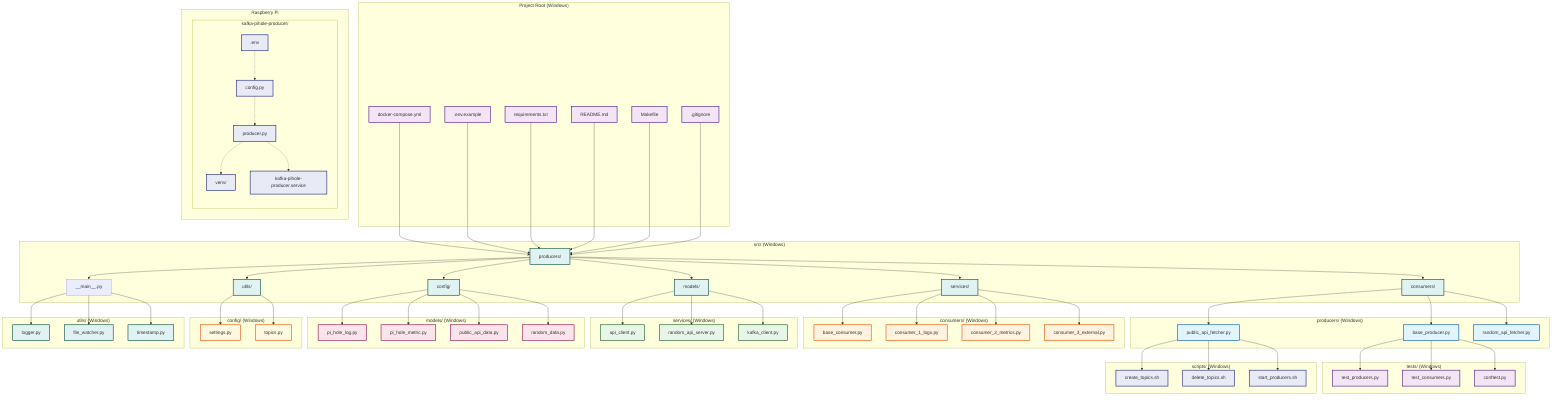
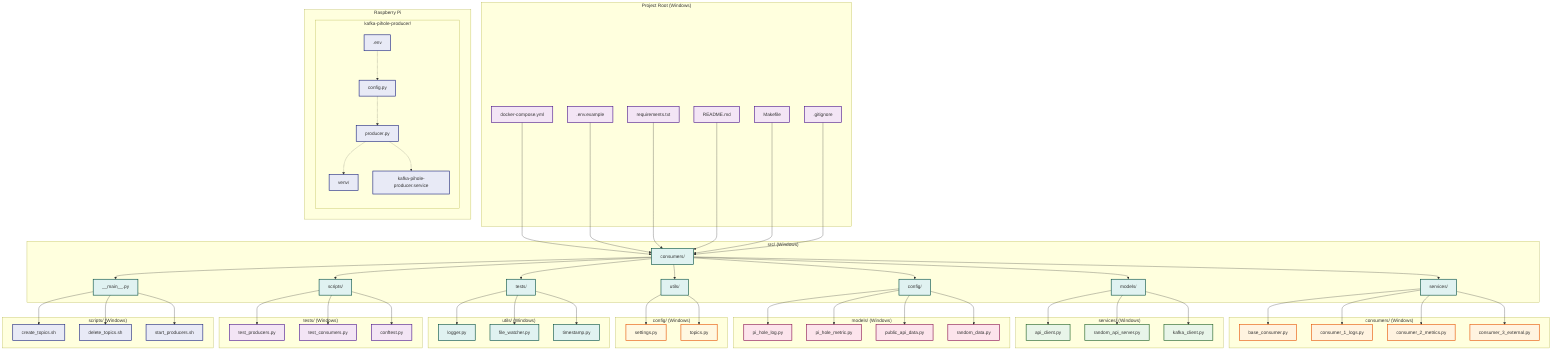
graph TD
    subgraph "Project Root (Windows)"
        A[docker-compose.yml]
        B[.env.example]
        C[requirements.txt]
        D[README.md]
        E[Makefile]
        F[.gitignore]
    end

    subgraph "Raspberry Pi"
        subgraph "kafka-pihole-producer/"
            RP1[.env]
            RP2[config.py]
            RP3[producer.py]
            RP4[venv/]
            RP5[kafka-pihole-producer.service]
        end
    end

    subgraph "src/ (Windows)"
-         G[producers/]
-         H[consumers/]
-         I[services/]
-         J[models/]
-         K[config/]
-         L[utils/]
-         M[__main__.py]
-     end
- 
-     subgraph "producers/ (Windows)"
-         N[base_producer.py]
-         O[public_api_fetcher.py]
-         P[random_api_fetcher.py]
+         G[consumers/]
+         H[services/]
+         I[models/]
+         J[config/]
+         K[utils/]
+         L[tests/]
+         M[scripts/]
+         N[__main__.py]
    end

    subgraph "consumers/ (Windows)"
-         Q[base_consumer.py]
-         R[consumer_1_logs.py]
-         S[consumer_2_metrics.py]
-         T[consumer_3_external.py]
+         O[base_consumer.py]
+         P[consumer_1_logs.py]
+         Q[consumer_2_metrics.py]
+         R[consumer_3_external.py]
    end

    subgraph "services/ (Windows)"
-         U[api_client.py]
-         V[random_api_server.py]
-         W[kafka_client.py]
+         S[api_client.py]
+         T[random_api_server.py]
+         U[kafka_client.py]
    end

    subgraph "models/ (Windows)"
-         X[pi_hole_log.py]
-         Y[pi_hole_metric.py]
-         Z[public_api_data.py]
-         AA[random_data.py]
+         V[pi_hole_log.py]
+         W[pi_hole_metric.py]
+         X[public_api_data.py]
+         Y[random_data.py]
    end

    subgraph "config/ (Windows)"
-         AB[settings.py]
-         AC[topics.py]
+         Z[settings.py]
+         AA[topics.py]
    end

    subgraph "utils/ (Windows)"
-         AD[logger.py]
-         AE[file_watcher.py]
-         AF[timestamp.py]
+         AB[logger.py]
+         AC[file_watcher.py]
+         AD[timestamp.py]
    end

    subgraph "tests/ (Windows)"
-         AG[test_producers.py]
-         AH[test_consumers.py]
-         AI[conftest.py]
+         AE[test_producers.py]
+         AF[test_consumers.py]
+         AG[conftest.py]
    end

    subgraph "scripts/ (Windows)"
-         AJ[create_topics.sh]
-         AK[delete_topics.sh]
-         AL[start_producers.sh]
+         AH[create_topics.sh]
+         AI[delete_topics.sh]
+         AJ[start_producers.sh]
    end

    %% Connections
    A --> G
    B --> G
    C --> G
    D --> G
    E --> G
    F --> G

    G --> H
    G --> I
    G --> J
    G --> K
    G --> L
    G --> M
+     G --> N

-     H --> N
    H --> O
    H --> P
+     H --> Q
+     H --> R

-     I --> Q
-     I --> R
    I --> S
    I --> T
+     I --> U

-     J --> U
    J --> V
    J --> W
+     J --> X
+     J --> Y

-     K --> X
-     K --> Y
    K --> Z
    K --> AA

    L --> AB
    L --> AC
+     L --> AD

-     M --> AD
    M --> AE
    M --> AF
+     M --> AG

-     N --> AG
    N --> AH
    N --> AI
- 
-     O --> AJ
-     O --> AK
-     O --> AL
+     N --> AJ

    %% Raspberry Pi relationship
    RP1 -.-> RP2
    RP2 -.-> RP3
    RP3 -.-> RP4
    RP3 -.-> RP5

    %% Styles
    classDef root fill:#f3e5f5,stroke:#4a148c,stroke-width:2px
    classDef rpi fill:#e8eaf6,stroke:#1a237e,stroke-width:2px
    classDef src fill:#e0f2f1,stroke:#004d40,stroke-width:2px
-     classDef producers fill:#e1f5fe,stroke:#01579b,stroke-width:2px
    classDef consumers fill:#fff3e0,stroke:#e65100,stroke-width:2px
    classDef services fill:#e8f5e9,stroke:#1b5e20,stroke-width:2px
    classDef models fill:#fce4ec,stroke:#880e4f,stroke-width:2px
    classDef config fill:#fff8e1,stroke:#e65100,stroke-width:2px
    classDef utils fill:#e0f2f1,stroke:#004d40,stroke-width:2px
    classDef tests fill:#f3e5f5,stroke:#4a148c,stroke-width:2px
    classDef scripts fill:#e8eaf6,stroke:#1a237e,stroke-width:2px

    class A,B,C,D,E,F root
    class RP1,RP2,RP3,RP4,RP5 rpi
-     class G,H,I,J,K,L src
-     class N,O,P producers
-     class Q,R,S,T consumers
-     class U,V,W services
-     class X,Y,Z,AA models
-     class AB,AC config
-     class AD,AE,AF utils
-     class AG,AH,AI tests
-     class AJ,AK,AL scripts+     class G,H,I,J,K,L,M,N src
+     class O,P,Q,R consumers
+     class S,T,U services
+     class V,W,X,Y models
+     class Z,AA config
+     class AB,AC,AD utils
+     class AE,AF,AG tests
+     class AH,AI,AJ scripts